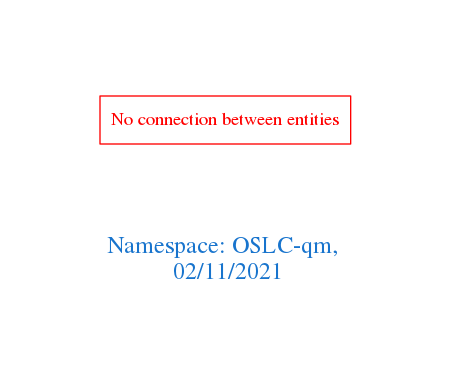
Above: downloads/OSLC-qm.png in arago/OGIT (Graphviz), before the change. Its source is kept beside it as downloads/OSLC-qm.dot.
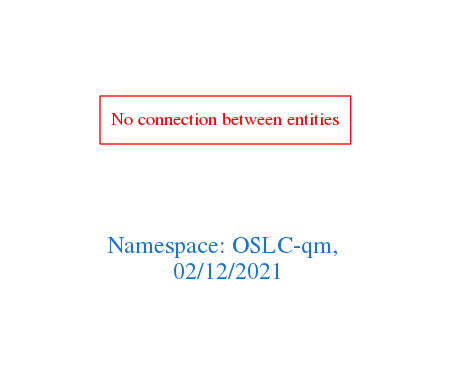
The same diagram one commit later.

Diff of the diagram source:
```diff
@@ -1,7 +1,7 @@
 digraph OGIT_ontology {
  graph [ rankdir= LR,pad=1
 fontsize = 18,
-fontcolor= dodgerblue3,label = "\n\n\nNamespace: OSLC-qm, \n 02/11/2021"];
+fontcolor= dodgerblue3,label = "\n\n\nNamespace: OSLC-qm, \n 02/12/2021"];
 node[shape=polygon];
 edge [  color="gray81"];
 
```
